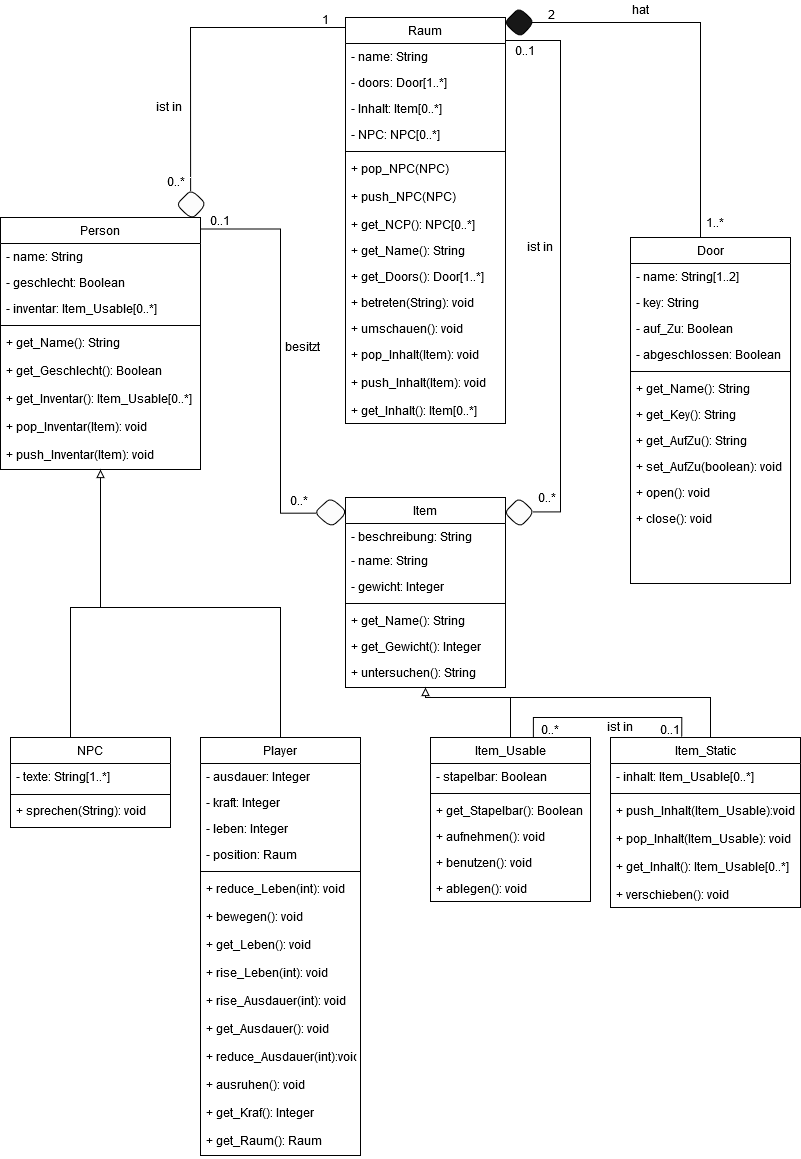
The draw.io diagram Klassendiagram.png in Elegond/AE-Text-Adventure, before a commit. Source tidied: cells renumbered, new cells last; positions are measured from the earlier drawing's top-left corner, leaving out a move shared by most shapes.
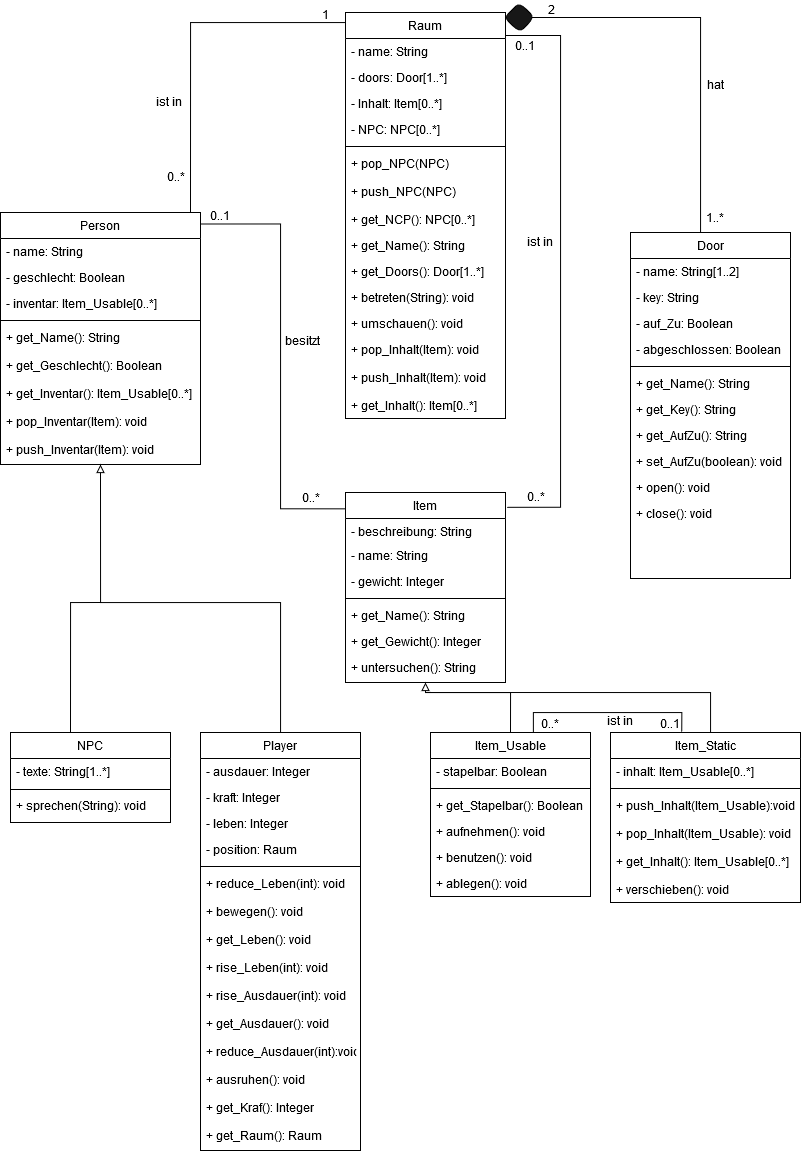
Above is the later version.

What changed in the source:
```diff
@@ -2,10 +2,9 @@
   <root>
     <mxCell id="0" />
     <mxCell id="1" parent="0" />
-    <mxCell id="2" style="edgeStyle=orthogonalEdgeStyle;rounded=0;jettySize=auto;html=1;exitX=0.471;exitY=0.062;exitDx=0;exitDy=0;entryX=0;entryY=0;entryDx=0;entryDy=0;endArrow=none;endFill=0;exitPerimeter=0;" parent="1" edge="1" source="107" target="13">
+    <mxCell id="2" style="edgeStyle=orthogonalEdgeStyle;rounded=0;jettySize=auto;html=1;exitX=0.95;exitY=0.005;exitDx=0;exitDy=0;entryX=0;entryY=0;entryDx=0;entryDy=0;endArrow=none;endFill=0;exitPerimeter=0;" parent="1" edge="1" source="3" target="13">
       <mxGeometry relative="1" as="geometry">
         <Array as="points">
-          <mxPoint x="190" y="177" />
           <mxPoint x="190" y="27" />
           <mxPoint x="345" y="27" />
         </Array>
@@ -89,7 +88,7 @@
     <mxCell id="28" value="+ get_Inhalt(): Item[0..*]" style="text;align=left;verticalAlign=top;spacingLeft=4;spacingRight=4;overflow=hidden;" parent="13" vertex="1">
       <mxGeometry y="380" width="160" height="26" as="geometry" />
     </mxCell>
-    <mxCell id="29" style="edgeStyle=orthogonalEdgeStyle;rounded=0;jettySize=auto;html=1;exitX=0.056;exitY=0.522;exitDx=0;exitDy=0;entryX=0;entryY=1;entryDx=0;entryDy=0;endArrow=none;endFill=0;exitPerimeter=0;" parent="1" edge="1" source="109" target="76">
+    <mxCell id="29" style="edgeStyle=orthogonalEdgeStyle;rounded=0;jettySize=auto;html=1;entryX=0;entryY=1;entryDx=0;entryDy=0;endArrow=none;endFill=0;exitX=0.002;exitY=0.086;exitDx=0;exitDy=0;exitPerimeter=0;" parent="1" edge="1" source="30" target="76">
       <mxGeometry relative="1" as="geometry">
         <Array as="points">
           <mxPoint x="280" y="513" />
@@ -129,11 +128,11 @@
         </Array>
       </mxGeometry>
     </mxCell>
-    <mxCell id="39" style="edgeStyle=orthogonalEdgeStyle;rounded=0;jettySize=auto;html=1;endArrow=none;endFill=0;exitX=0.93;exitY=0.481;exitDx=0;exitDy=0;exitPerimeter=0;" parent="1" edge="1" source="108">
+    <mxCell id="39" style="edgeStyle=orthogonalEdgeStyle;rounded=0;jettySize=auto;html=1;endArrow=none;endFill=0;exitX=1.01;exitY=0.078;exitDx=0;exitDy=0;exitPerimeter=0;" parent="1" edge="1" source="30">
       <mxGeometry relative="1" as="geometry">
         <mxPoint x="505" y="40" as="targetPoint" />
         <Array as="points">
-          <mxPoint x="560" y="511" />
+          <mxPoint x="560" y="512" />
           <mxPoint x="560" y="40" />
         </Array>
       </mxGeometry>
@@ -242,7 +241,7 @@
       <mxGeometry x="695" y="213" width="40" height="17" as="geometry" />
     </mxCell>
     <mxCell id="71" value="hat" style="text;html=1;strokeColor=none;fillColor=none;align=center;verticalAlign=middle;whiteSpace=wrap;rounded=0;" parent="1" vertex="1">
-      <mxGeometry x="620" width="40" height="17" as="geometry" />
+      <mxGeometry x="695" y="80" width="40" height="17" as="geometry" />
     </mxCell>
     <mxCell id="72" value="besitzt" style="text;html=1;strokeColor=none;fillColor=none;align=center;verticalAlign=middle;whiteSpace=wrap;rounded=0;" parent="1" vertex="1">
       <mxGeometry x="282" y="337" width="40" height="17" as="geometry" />
@@ -260,13 +259,13 @@
       <mxGeometry x="200" y="211.5" width="40" height="17" as="geometry" />
     </mxCell>
     <mxCell id="77" value="0..*" style="text;html=1;strokeColor=none;fillColor=none;align=center;verticalAlign=middle;whiteSpace=wrap;rounded=0;" parent="1" vertex="1">
-      <mxGeometry x="279" y="491" width="40" height="17" as="geometry" />
+      <mxGeometry x="291" y="494" width="40" height="17" as="geometry" />
     </mxCell>
     <mxCell id="78" value="ist in" style="text;html=1;strokeColor=none;fillColor=none;align=center;verticalAlign=middle;whiteSpace=wrap;rounded=0;" parent="1" vertex="1">
       <mxGeometry x="149" y="97" width="40" height="17" as="geometry" />
     </mxCell>
     <mxCell id="79" value="0..*" style="text;html=1;strokeColor=none;fillColor=none;align=center;verticalAlign=middle;whiteSpace=wrap;rounded=0;" parent="1" vertex="1">
-      <mxGeometry x="527" y="489" width="40" height="15" as="geometry" />
+      <mxGeometry x="516" y="493" width="40" height="15" as="geometry" />
     </mxCell>
     <mxCell id="80" style="edgeStyle=orthogonalEdgeStyle;rounded=0;jettySize=auto;html=1;endArrow=block;endFill=0;entryX=0.5;entryY=1;entryDx=0;entryDy=0;" parent="1" edge="1" source="81" target="3">
       <mxGeometry relative="1" as="geometry">
@@ -364,14 +363,5 @@
     <mxCell id="106" style="rhombus;whiteSpace=wrap;html=1;rounded=1;fillColor=#171717;" parent="1" vertex="1">
       <mxGeometry x="504" y="7" width="30" height="30" as="geometry" />
     </mxCell>
-    <mxCell id="107" style="rhombus;whiteSpace=wrap;html=1;rounded=1;fillColor=#FCFCFC;" parent="1" vertex="1">
-      <mxGeometry x="176" y="189" width="30" height="30" as="geometry" />
-    </mxCell>
-    <mxCell id="108" style="rhombus;whiteSpace=wrap;html=1;rounded=1;fillColor=#FCFCFC;" parent="1" vertex="1">
-      <mxGeometry x="504" y="497" width="30" height="30" as="geometry" />
-    </mxCell>
-    <mxCell id="109" style="rhombus;whiteSpace=wrap;html=1;rounded=1;fillColor=#FCFCFC;" parent="1" vertex="1">
-      <mxGeometry x="314" y="497" width="33" height="30" as="geometry" />
-    </mxCell>
   </root>
 </mxGraphModel>
```
